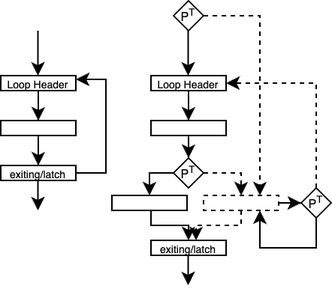
The draw.io diagram docs/images/jump-to-loop.png in Despire/llvm-obfuscator, before a commit. Source tidied: cells renumbered, new cells last; positions are measured from the earlier drawing's top-left corner, leaving out a move shared by most shapes. Its diagram source:
```xml
<mxGraphModel>
  <root>
    <mxCell id="0" />
    <mxCell id="1" parent="0" />
    <mxCell id="2" style="edgeStyle=orthogonalEdgeStyle;rounded=0;jettySize=auto;html=1;entryX=0.5;entryY=0;entryDx=0;entryDy=0;" parent="1" edge="1" source="3" target="6">
      <mxGeometry relative="1" as="geometry" />
    </mxCell>
    <mxCell id="3" value="&lt;font style=&quot;font-size: 7px;&quot;&gt;Loop Header&lt;/font&gt;" style="rounded=0;whiteSpace=wrap;html=1;" parent="1" vertex="1">
      <mxGeometry y="50" width="50" height="10" as="geometry" />
    </mxCell>
    <mxCell id="4" style="endArrow=classic;html=1;rounded=0;" parent="1" edge="1">
      <mxGeometry relative="1" as="geometry">
        <mxPoint x="24.8" y="20" as="sourcePoint" />
        <mxPoint x="24.8" y="50" as="targetPoint" />
      </mxGeometry>
    </mxCell>
    <mxCell id="5" style="edgeStyle=orthogonalEdgeStyle;rounded=0;jettySize=auto;html=1;entryX=0.5;entryY=0;entryDx=0;entryDy=0;" parent="1" edge="1" source="6" target="8">
      <mxGeometry relative="1" as="geometry" />
    </mxCell>
    <mxCell id="6" style="rounded=0;whiteSpace=wrap;html=1;" parent="1" vertex="1">
      <mxGeometry y="80" width="50" height="10" as="geometry" />
    </mxCell>
    <mxCell id="7" style="edgeStyle=orthogonalEdgeStyle;rounded=0;jettySize=auto;html=1;entryX=1;entryY=0.25;entryDx=0;entryDy=0;" parent="1" edge="1" source="8" target="3">
      <mxGeometry relative="1" as="geometry">
        <Array as="points">
          <mxPoint x="70" y="115" />
          <mxPoint x="70" y="53" />
        </Array>
      </mxGeometry>
    </mxCell>
    <mxCell id="8" value="&lt;font style=&quot;font-size: 7px;&quot;&gt;exiting/latch&lt;/font&gt;" style="rounded=0;whiteSpace=wrap;html=1;" parent="1" vertex="1">
      <mxGeometry y="110" width="50" height="10" as="geometry" />
    </mxCell>
    <mxCell id="9" style="endArrow=classic;html=1;rounded=0;" parent="1" edge="1">
      <mxGeometry relative="1" as="geometry">
        <mxPoint x="24.8" y="120" as="sourcePoint" />
        <mxPoint x="24.8" y="140" as="targetPoint" />
      </mxGeometry>
    </mxCell>
    <mxCell id="10" style="edgeStyle=orthogonalEdgeStyle;rounded=0;jettySize=auto;html=1;entryX=0.5;entryY=0;entryDx=0;entryDy=0;" parent="1" edge="1" source="11" target="14">
      <mxGeometry relative="1" as="geometry" />
    </mxCell>
    <mxCell id="11" value="&lt;font style=&quot;font-size: 7px;&quot;&gt;Loop Header&lt;/font&gt;" style="rounded=0;whiteSpace=wrap;html=1;" parent="1" vertex="1">
      <mxGeometry x="100" y="50" width="50" height="10" as="geometry" />
    </mxCell>
    <mxCell id="12" style="endArrow=classic;html=1;rounded=0;" parent="1" edge="1">
      <mxGeometry relative="1" as="geometry">
        <mxPoint x="124.8" y="20" as="sourcePoint" />
        <mxPoint x="124.8" y="50" as="targetPoint" />
      </mxGeometry>
    </mxCell>
    <mxCell id="13" style="edgeStyle=orthogonalEdgeStyle;rounded=0;jettySize=auto;html=1;entryX=0.5;entryY=0;entryDx=0;entryDy=0;" parent="1" edge="1" source="14" target="20">
      <mxGeometry relative="1" as="geometry" />
    </mxCell>
    <mxCell id="14" style="rounded=0;whiteSpace=wrap;html=1;" parent="1" vertex="1">
      <mxGeometry x="100" y="80" width="50" height="10" as="geometry" />
    </mxCell>
    <mxCell id="15" value="&lt;font style=&quot;font-size: 7px;&quot;&gt;exiting/latch&lt;/font&gt;" style="rounded=0;whiteSpace=wrap;html=1;" parent="1" vertex="1">
      <mxGeometry x="100" y="160" width="50" height="10" as="geometry" />
    </mxCell>
    <mxCell id="16" style="edgeStyle=orthogonalEdgeStyle;rounded=0;jettySize=auto;html=1;entryX=0.75;entryY=0;entryDx=0;entryDy=0;dashed=1;" parent="1" edge="1" source="17" target="26">
      <mxGeometry relative="1" as="geometry">
        <Array as="points">
          <mxPoint x="173" y="10" />
        </Array>
      </mxGeometry>
    </mxCell>
    <mxCell id="17" value="&lt;font style=&quot;font-size: 8px;&quot;&gt;P&lt;sup&gt;T&lt;/sup&gt;&lt;/font&gt;" style="rhombus;whiteSpace=wrap;html=1;" parent="1" vertex="1">
      <mxGeometry x="115" width="20" height="20" as="geometry" />
    </mxCell>
    <mxCell id="18" style="edgeStyle=orthogonalEdgeStyle;rounded=0;jettySize=auto;html=1;entryX=0.5;entryY=0;entryDx=0;entryDy=0;" parent="1" edge="1" source="20" target="22">
      <mxGeometry relative="1" as="geometry">
        <Array as="points">
          <mxPoint x="99" y="115" />
        </Array>
      </mxGeometry>
    </mxCell>
    <mxCell id="19" style="edgeStyle=orthogonalEdgeStyle;rounded=0;jettySize=auto;html=1;entryX=0.5;entryY=0;entryDx=0;entryDy=0;dashed=1;" parent="1" edge="1" source="20" target="26">
      <mxGeometry relative="1" as="geometry">
        <Array as="points">
          <mxPoint x="160" y="115" />
        </Array>
      </mxGeometry>
    </mxCell>
    <mxCell id="20" value="&lt;font style=&quot;font-size: 8px;&quot;&gt;P&lt;sup&gt;T&lt;/sup&gt;&lt;/font&gt;" style="rhombus;whiteSpace=wrap;html=1;" parent="1" vertex="1">
      <mxGeometry x="115" y="105" width="20" height="20" as="geometry" />
    </mxCell>
    <mxCell id="21" style="edgeStyle=orthogonalEdgeStyle;rounded=0;jettySize=auto;html=1;entryX=0.5;entryY=0;entryDx=0;entryDy=0;" parent="1" edge="1" source="22" target="15">
      <mxGeometry relative="1" as="geometry">
        <Array as="points">
          <mxPoint x="100" y="150" />
          <mxPoint x="125" y="150" />
        </Array>
      </mxGeometry>
    </mxCell>
    <mxCell id="22" style="rounded=0;whiteSpace=wrap;html=1;" parent="1" vertex="1">
      <mxGeometry x="74" y="130" width="50" height="10" as="geometry" />
    </mxCell>
    <mxCell id="23" style="endArrow=classic;html=1;rounded=0;" parent="1" edge="1">
      <mxGeometry relative="1" as="geometry">
        <mxPoint x="124.8" y="170" as="sourcePoint" />
        <mxPoint x="124.8" y="190" as="targetPoint" />
      </mxGeometry>
    </mxCell>
    <mxCell id="24" style="edgeStyle=orthogonalEdgeStyle;rounded=0;jettySize=auto;html=1;entryX=0.6;entryY=0;entryDx=0;entryDy=0;entryPerimeter=0;dashed=1;" parent="1" edge="1" source="26" target="15">
      <mxGeometry relative="1" as="geometry">
        <Array as="points">
          <mxPoint x="160" y="150" />
          <mxPoint x="130" y="150" />
        </Array>
      </mxGeometry>
    </mxCell>
    <mxCell id="25" style="edgeStyle=orthogonalEdgeStyle;rounded=0;jettySize=auto;html=1;entryX=0;entryY=0.5;entryDx=0;entryDy=0;" parent="1" edge="1" source="26" target="29">
      <mxGeometry relative="1" as="geometry" />
    </mxCell>
    <mxCell id="26" style="rounded=0;whiteSpace=wrap;html=1;dashed=1;" parent="1" vertex="1">
      <mxGeometry x="135" y="130" width="50" height="10" as="geometry" />
    </mxCell>
    <mxCell id="27" style="edgeStyle=orthogonalEdgeStyle;rounded=0;jettySize=auto;html=1;entryX=0.75;entryY=1;entryDx=0;entryDy=0;" parent="1" edge="1" source="29" target="26">
      <mxGeometry relative="1" as="geometry">
        <Array as="points">
          <mxPoint x="210" y="165" />
          <mxPoint x="173" y="165" />
        </Array>
      </mxGeometry>
    </mxCell>
    <mxCell id="28" style="edgeStyle=orthogonalEdgeStyle;rounded=0;jettySize=auto;html=1;entryX=1;entryY=0.5;entryDx=0;entryDy=0;dashed=1;" parent="1" edge="1" source="29" target="11">
      <mxGeometry relative="1" as="geometry">
        <Array as="points">
          <mxPoint x="210" y="55" />
        </Array>
      </mxGeometry>
    </mxCell>
    <mxCell id="29" value="&lt;font style=&quot;font-size: 8px;&quot;&gt;P&lt;sup&gt;T&lt;/sup&gt;&lt;/font&gt;" style="rhombus;whiteSpace=wrap;html=1;" parent="1" vertex="1">
      <mxGeometry x="200" y="125" width="20" height="20" as="geometry" />
    </mxCell>
  </root>
</mxGraphModel>
```
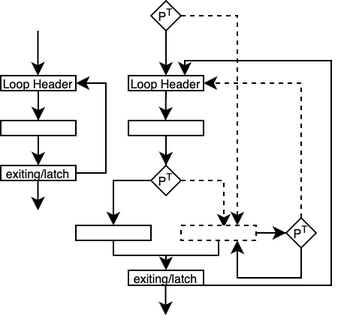
The same diagram one commit later.

The edit, as a diff of the source:
```diff
@@ -2,137 +2,149 @@
   <root>
     <mxCell id="0" />
     <mxCell id="1" parent="0" />
-    <mxCell id="2" style="edgeStyle=orthogonalEdgeStyle;rounded=0;jettySize=auto;html=1;entryX=0.5;entryY=0;entryDx=0;entryDy=0;" parent="1" edge="1" source="3" target="6">
-      <mxGeometry relative="1" as="geometry" />
-    </mxCell>
-    <mxCell id="3" value="&lt;font style=&quot;font-size: 7px;&quot;&gt;Loop Header&lt;/font&gt;" style="rounded=0;whiteSpace=wrap;html=1;" parent="1" vertex="1">
-      <mxGeometry y="50" width="50" height="10" as="geometry" />
-    </mxCell>
     <mxCell id="4" style="endArrow=classic;html=1;rounded=0;" parent="1" edge="1">
       <mxGeometry relative="1" as="geometry">
         <mxPoint x="24.8" y="20" as="sourcePoint" />
         <mxPoint x="24.8" y="50" as="targetPoint" />
       </mxGeometry>
     </mxCell>
-    <mxCell id="5" style="edgeStyle=orthogonalEdgeStyle;rounded=0;jettySize=auto;html=1;entryX=0.5;entryY=0;entryDx=0;entryDy=0;" parent="1" edge="1" source="6" target="8">
-      <mxGeometry relative="1" as="geometry" />
-    </mxCell>
+    <mxCell id="30" style="endArrow=classic;html=1;rounded=0;" parent="1" edge="1">
+      <mxGeometry relative="1" as="geometry">
+        <mxPoint x="110" y="20" as="sourcePoint" />
+        <mxPoint x="110" y="50" as="targetPoint" />
+      </mxGeometry>
+    </mxCell>
+    <mxCell id="31" value="&lt;font style=&quot;font-size: 8px;&quot;&gt;Loop Header&lt;/font&gt;" style="rounded=0;whiteSpace=wrap;html=1;" parent="1" vertex="1">
+      <mxGeometry x="85" y="50" width="50" height="10" as="geometry" />
+    </mxCell>
+    <mxCell id="32" style="endArrow=classic;html=1;rounded=0;" parent="1" edge="1">
+      <mxGeometry relative="1" as="geometry">
+        <mxPoint x="110" y="60" as="sourcePoint" />
+        <mxPoint x="109.8" y="80" as="targetPoint" />
+      </mxGeometry>
+    </mxCell>
+    <mxCell id="33" style="edgeStyle=orthogonalEdgeStyle;rounded=0;jettySize=auto;html=1;entryX=0.5;entryY=0;entryDx=0;entryDy=0;" parent="1" edge="1" source="34" target="37">
+      <mxGeometry relative="1" as="geometry" />
+    </mxCell>
+    <mxCell id="34" style="rounded=0;whiteSpace=wrap;html=1;" parent="1" vertex="1">
+      <mxGeometry x="85" y="80" width="50" height="10" as="geometry" />
+    </mxCell>
+    <mxCell id="35" style="edgeStyle=orthogonalEdgeStyle;rounded=0;jettySize=auto;html=1;entryX=0.5;entryY=0;entryDx=0;entryDy=0;" parent="1" edge="1" source="37" target="39">
+      <mxGeometry relative="1" as="geometry">
+        <Array as="points">
+          <mxPoint x="75" y="120" />
+        </Array>
+      </mxGeometry>
+    </mxCell>
+    <mxCell id="36" style="edgeStyle=orthogonalEdgeStyle;rounded=0;jettySize=auto;html=1;entryX=0.57;entryY=0.15;entryDx=0;entryDy=0;entryPerimeter=0;dashed=1;" parent="1" edge="1" source="37" target="42">
+      <mxGeometry relative="1" as="geometry">
+        <Array as="points">
+          <mxPoint x="149" y="120" />
+        </Array>
+      </mxGeometry>
+    </mxCell>
+    <mxCell id="37" value="&lt;font style=&quot;font-size: 8px;&quot;&gt;P&lt;sup&gt;T&lt;/sup&gt;&lt;/font&gt;" style="rhombus;whiteSpace=wrap;html=1;" parent="1" vertex="1">
+      <mxGeometry x="100" y="110" width="20" height="20" as="geometry" />
+    </mxCell>
+    <mxCell id="38" style="edgeStyle=orthogonalEdgeStyle;rounded=0;jettySize=auto;html=1;entryX=0.5;entryY=0;entryDx=0;entryDy=0;" parent="1" edge="1" source="39" target="50">
+      <mxGeometry relative="1" as="geometry">
+        <Array as="points">
+          <mxPoint x="75" y="170" />
+          <mxPoint x="110" y="170" />
+        </Array>
+      </mxGeometry>
+    </mxCell>
+    <mxCell id="39" style="rounded=0;whiteSpace=wrap;html=1;" parent="1" vertex="1">
+      <mxGeometry x="50" y="150" width="50" height="10" as="geometry" />
+    </mxCell>
+    <mxCell id="40" style="edgeStyle=orthogonalEdgeStyle;rounded=0;jettySize=auto;html=1;entryX=0.5;entryY=0;entryDx=0;entryDy=0;" parent="1" edge="1" source="42" target="50">
+      <mxGeometry relative="1" as="geometry">
+        <Array as="points">
+          <mxPoint x="145" y="170" />
+          <mxPoint x="110" y="170" />
+        </Array>
+      </mxGeometry>
+    </mxCell>
+    <mxCell id="41" style="edgeStyle=orthogonalEdgeStyle;rounded=0;jettySize=auto;html=1;entryX=0;entryY=0.5;entryDx=0;entryDy=0;" parent="1" edge="1" source="42" target="56">
+      <mxGeometry relative="1" as="geometry" />
+    </mxCell>
+    <mxCell id="42" style="rounded=0;whiteSpace=wrap;html=1;dashed=1;" parent="1" vertex="1">
+      <mxGeometry x="120" y="150" width="50" height="10" as="geometry" />
+    </mxCell>
+    <mxCell id="43" style="edgeStyle=orthogonalEdgeStyle;rounded=0;jettySize=auto;html=1;entryX=0.5;entryY=0;entryDx=0;entryDy=0;" parent="1" edge="1" source="44" target="6">
+      <mxGeometry relative="1" as="geometry" />
+    </mxCell>
+    <mxCell id="44" value="&lt;font style=&quot;font-size: 8px;&quot;&gt;Loop Header&lt;/font&gt;" style="rounded=0;whiteSpace=wrap;html=1;" parent="1" vertex="1">
+      <mxGeometry y="50" width="50" height="10" as="geometry" />
+    </mxCell>
+    <mxCell id="45" style="edgeStyle=orthogonalEdgeStyle;rounded=0;jettySize=auto;html=1;entryX=0.5;entryY=0;entryDx=0;entryDy=0;" parent="1" edge="1" source="6" target="47">
+      <mxGeometry relative="1" as="geometry" />
+    </mxCell>
     <mxCell id="6" style="rounded=0;whiteSpace=wrap;html=1;" parent="1" vertex="1">
       <mxGeometry y="80" width="50" height="10" as="geometry" />
     </mxCell>
-    <mxCell id="7" style="edgeStyle=orthogonalEdgeStyle;rounded=0;jettySize=auto;html=1;entryX=1;entryY=0.25;entryDx=0;entryDy=0;" parent="1" edge="1" source="8" target="3">
-      <mxGeometry relative="1" as="geometry">
-        <Array as="points">
-          <mxPoint x="70" y="115" />
-          <mxPoint x="70" y="53" />
-        </Array>
-      </mxGeometry>
-    </mxCell>
-    <mxCell id="8" value="&lt;font style=&quot;font-size: 7px;&quot;&gt;exiting/latch&lt;/font&gt;" style="rounded=0;whiteSpace=wrap;html=1;" parent="1" vertex="1">
-      <mxGeometry y="110" width="50" height="10" as="geometry" />
-    </mxCell>
-    <mxCell id="9" style="endArrow=classic;html=1;rounded=0;" parent="1" edge="1">
-      <mxGeometry relative="1" as="geometry">
-        <mxPoint x="24.8" y="120" as="sourcePoint" />
-        <mxPoint x="24.8" y="140" as="targetPoint" />
-      </mxGeometry>
-    </mxCell>
-    <mxCell id="10" style="edgeStyle=orthogonalEdgeStyle;rounded=0;jettySize=auto;html=1;entryX=0.5;entryY=0;entryDx=0;entryDy=0;" parent="1" edge="1" source="11" target="14">
-      <mxGeometry relative="1" as="geometry" />
-    </mxCell>
-    <mxCell id="11" value="&lt;font style=&quot;font-size: 7px;&quot;&gt;Loop Header&lt;/font&gt;" style="rounded=0;whiteSpace=wrap;html=1;" parent="1" vertex="1">
-      <mxGeometry x="100" y="50" width="50" height="10" as="geometry" />
-    </mxCell>
-    <mxCell id="12" style="endArrow=classic;html=1;rounded=0;" parent="1" edge="1">
-      <mxGeometry relative="1" as="geometry">
-        <mxPoint x="124.8" y="20" as="sourcePoint" />
-        <mxPoint x="124.8" y="50" as="targetPoint" />
-      </mxGeometry>
-    </mxCell>
-    <mxCell id="13" style="edgeStyle=orthogonalEdgeStyle;rounded=0;jettySize=auto;html=1;entryX=0.5;entryY=0;entryDx=0;entryDy=0;" parent="1" edge="1" source="14" target="20">
-      <mxGeometry relative="1" as="geometry" />
-    </mxCell>
-    <mxCell id="14" style="rounded=0;whiteSpace=wrap;html=1;" parent="1" vertex="1">
-      <mxGeometry x="100" y="80" width="50" height="10" as="geometry" />
-    </mxCell>
-    <mxCell id="15" value="&lt;font style=&quot;font-size: 7px;&quot;&gt;exiting/latch&lt;/font&gt;" style="rounded=0;whiteSpace=wrap;html=1;" parent="1" vertex="1">
-      <mxGeometry x="100" y="160" width="50" height="10" as="geometry" />
-    </mxCell>
-    <mxCell id="16" style="edgeStyle=orthogonalEdgeStyle;rounded=0;jettySize=auto;html=1;entryX=0.75;entryY=0;entryDx=0;entryDy=0;dashed=1;" parent="1" edge="1" source="17" target="26">
-      <mxGeometry relative="1" as="geometry">
-        <Array as="points">
-          <mxPoint x="173" y="10" />
-        </Array>
-      </mxGeometry>
-    </mxCell>
-    <mxCell id="17" value="&lt;font style=&quot;font-size: 8px;&quot;&gt;P&lt;sup&gt;T&lt;/sup&gt;&lt;/font&gt;" style="rhombus;whiteSpace=wrap;html=1;" parent="1" vertex="1">
-      <mxGeometry x="115" width="20" height="20" as="geometry" />
-    </mxCell>
-    <mxCell id="18" style="edgeStyle=orthogonalEdgeStyle;rounded=0;jettySize=auto;html=1;entryX=0.5;entryY=0;entryDx=0;entryDy=0;" parent="1" edge="1" source="20" target="22">
-      <mxGeometry relative="1" as="geometry">
-        <Array as="points">
-          <mxPoint x="99" y="115" />
-        </Array>
-      </mxGeometry>
-    </mxCell>
-    <mxCell id="19" style="edgeStyle=orthogonalEdgeStyle;rounded=0;jettySize=auto;html=1;entryX=0.5;entryY=0;entryDx=0;entryDy=0;dashed=1;" parent="1" edge="1" source="20" target="26">
-      <mxGeometry relative="1" as="geometry">
-        <Array as="points">
-          <mxPoint x="160" y="115" />
-        </Array>
-      </mxGeometry>
-    </mxCell>
-    <mxCell id="20" value="&lt;font style=&quot;font-size: 8px;&quot;&gt;P&lt;sup&gt;T&lt;/sup&gt;&lt;/font&gt;" style="rhombus;whiteSpace=wrap;html=1;" parent="1" vertex="1">
-      <mxGeometry x="115" y="105" width="20" height="20" as="geometry" />
-    </mxCell>
-    <mxCell id="21" style="edgeStyle=orthogonalEdgeStyle;rounded=0;jettySize=auto;html=1;entryX=0.5;entryY=0;entryDx=0;entryDy=0;" parent="1" edge="1" source="22" target="15">
-      <mxGeometry relative="1" as="geometry">
-        <Array as="points">
-          <mxPoint x="100" y="150" />
-          <mxPoint x="125" y="150" />
-        </Array>
-      </mxGeometry>
-    </mxCell>
-    <mxCell id="22" style="rounded=0;whiteSpace=wrap;html=1;" parent="1" vertex="1">
-      <mxGeometry x="74" y="130" width="50" height="10" as="geometry" />
-    </mxCell>
-    <mxCell id="23" style="endArrow=classic;html=1;rounded=0;" parent="1" edge="1">
-      <mxGeometry relative="1" as="geometry">
-        <mxPoint x="124.8" y="170" as="sourcePoint" />
-        <mxPoint x="124.8" y="190" as="targetPoint" />
-      </mxGeometry>
-    </mxCell>
-    <mxCell id="24" style="edgeStyle=orthogonalEdgeStyle;rounded=0;jettySize=auto;html=1;entryX=0.6;entryY=0;entryDx=0;entryDy=0;entryPerimeter=0;dashed=1;" parent="1" edge="1" source="26" target="15">
-      <mxGeometry relative="1" as="geometry">
-        <Array as="points">
-          <mxPoint x="160" y="150" />
-          <mxPoint x="130" y="150" />
-        </Array>
-      </mxGeometry>
-    </mxCell>
-    <mxCell id="25" style="edgeStyle=orthogonalEdgeStyle;rounded=0;jettySize=auto;html=1;entryX=0;entryY=0.5;entryDx=0;entryDy=0;" parent="1" edge="1" source="26" target="29">
-      <mxGeometry relative="1" as="geometry" />
-    </mxCell>
-    <mxCell id="26" style="rounded=0;whiteSpace=wrap;html=1;dashed=1;" parent="1" vertex="1">
-      <mxGeometry x="135" y="130" width="50" height="10" as="geometry" />
-    </mxCell>
-    <mxCell id="27" style="edgeStyle=orthogonalEdgeStyle;rounded=0;jettySize=auto;html=1;entryX=0.75;entryY=1;entryDx=0;entryDy=0;" parent="1" edge="1" source="29" target="26">
-      <mxGeometry relative="1" as="geometry">
-        <Array as="points">
-          <mxPoint x="210" y="165" />
-          <mxPoint x="173" y="165" />
-        </Array>
-      </mxGeometry>
-    </mxCell>
-    <mxCell id="28" style="edgeStyle=orthogonalEdgeStyle;rounded=0;jettySize=auto;html=1;entryX=1;entryY=0.5;entryDx=0;entryDy=0;dashed=1;" parent="1" edge="1" source="29" target="11">
-      <mxGeometry relative="1" as="geometry">
-        <Array as="points">
-          <mxPoint x="210" y="55" />
-        </Array>
-      </mxGeometry>
-    </mxCell>
-    <mxCell id="29" value="&lt;font style=&quot;font-size: 8px;&quot;&gt;P&lt;sup&gt;T&lt;/sup&gt;&lt;/font&gt;" style="rhombus;whiteSpace=wrap;html=1;" parent="1" vertex="1">
-      <mxGeometry x="200" y="125" width="20" height="20" as="geometry" />
-    </mxCell>
+    <mxCell id="46" style="edgeStyle=orthogonalEdgeStyle;rounded=0;jettySize=auto;html=1;entryX=1;entryY=0.5;entryDx=0;entryDy=0;" parent="1" edge="1" source="47" target="44">
+      <mxGeometry relative="1" as="geometry">
+        <Array as="points">
+          <mxPoint x="70" y="115" />
+          <mxPoint x="70" y="55" />
+        </Array>
+      </mxGeometry>
+    </mxCell>
+    <mxCell id="47" value="&lt;font style=&quot;font-size: 8px;&quot;&gt;exiting/latch&lt;/font&gt;" style="rounded=0;whiteSpace=wrap;html=1;" parent="1" vertex="1">
+      <mxGeometry y="110" width="50" height="10" as="geometry" />
+    </mxCell>
+    <mxCell id="48" style="edgeStyle=orthogonalEdgeStyle;rounded=0;orthogonalLoop=1;jettySize=auto;html=1;entryX=0.5;entryY=0;entryDx=0;entryDy=0;" parent="1" edge="1">
+      <mxGeometry relative="1" as="geometry">
+        <mxPoint x="24.8" y="120" as="sourcePoint" />
+        <mxPoint x="24.8" y="140" as="targetPoint" />
+      </mxGeometry>
+    </mxCell>
+    <mxCell id="49" style="edgeStyle=orthogonalEdgeStyle;rounded=0;jettySize=auto;html=1;entryX=0.75;entryY=0;entryDx=0;entryDy=0;" parent="1" edge="1" source="50" target="31">
+      <mxGeometry relative="1" as="geometry">
+        <Array as="points">
+          <mxPoint x="220" y="190" />
+          <mxPoint x="220" y="40" />
+          <mxPoint x="123" y="40" />
+        </Array>
+      </mxGeometry>
+    </mxCell>
+    <mxCell id="50" value="&lt;font style=&quot;font-size: 8px;&quot;&gt;exiting/latch&lt;/font&gt;" style="rounded=0;whiteSpace=wrap;html=1;" parent="1" vertex="1">
+      <mxGeometry x="85" y="180" width="50" height="10" as="geometry" />
+    </mxCell>
+    <mxCell id="51" style="edgeStyle=orthogonalEdgeStyle;rounded=0;orthogonalLoop=1;jettySize=auto;html=1;entryX=0.5;entryY=0;entryDx=0;entryDy=0;" parent="1" edge="1">
+      <mxGeometry relative="1" as="geometry">
+        <mxPoint x="109.8" y="190" as="sourcePoint" />
+        <mxPoint x="109.8" y="210" as="targetPoint" />
+      </mxGeometry>
+    </mxCell>
+    <mxCell id="52" style="edgeStyle=orthogonalEdgeStyle;rounded=0;jettySize=auto;html=1;entryX=0.75;entryY=0;entryDx=0;entryDy=0;dashed=1;" parent="1" edge="1" source="53" target="42">
+      <mxGeometry relative="1" as="geometry">
+        <Array as="points">
+          <mxPoint x="158" y="10" />
+        </Array>
+      </mxGeometry>
+    </mxCell>
+    <mxCell id="53" value="&lt;font style=&quot;font-size: 8px;&quot;&gt;P&lt;sup&gt;T&lt;/sup&gt;&lt;/font&gt;" style="rhombus;whiteSpace=wrap;html=1;" parent="1" vertex="1">
+      <mxGeometry x="100" width="20" height="20" as="geometry" />
+    </mxCell>
+    <mxCell id="54" style="edgeStyle=orthogonalEdgeStyle;rounded=0;jettySize=auto;html=1;entryX=0.75;entryY=1;entryDx=0;entryDy=0;" parent="1" edge="1" source="56" target="42">
+      <mxGeometry relative="1" as="geometry">
+        <Array as="points">
+          <mxPoint x="200" y="185" />
+          <mxPoint x="158" y="185" />
+        </Array>
+      </mxGeometry>
+    </mxCell>
+    <mxCell id="55" style="edgeStyle=orthogonalEdgeStyle;rounded=0;jettySize=auto;html=1;entryX=1;entryY=0.5;entryDx=0;entryDy=0;dashed=1;" parent="1" edge="1" source="56" target="31">
+      <mxGeometry relative="1" as="geometry">
+        <Array as="points">
+          <mxPoint x="200" y="55" />
+        </Array>
+      </mxGeometry>
+    </mxCell>
+    <mxCell id="56" value="&lt;font style=&quot;font-size: 8px;&quot;&gt;P&lt;sup&gt;T&lt;/sup&gt;&lt;/font&gt;" style="rhombus;whiteSpace=wrap;html=1;" parent="1" vertex="1">
+      <mxGeometry x="190" y="145" width="20" height="20" as="geometry" />
+    </mxCell>
   </root>
 </mxGraphModel>
```
